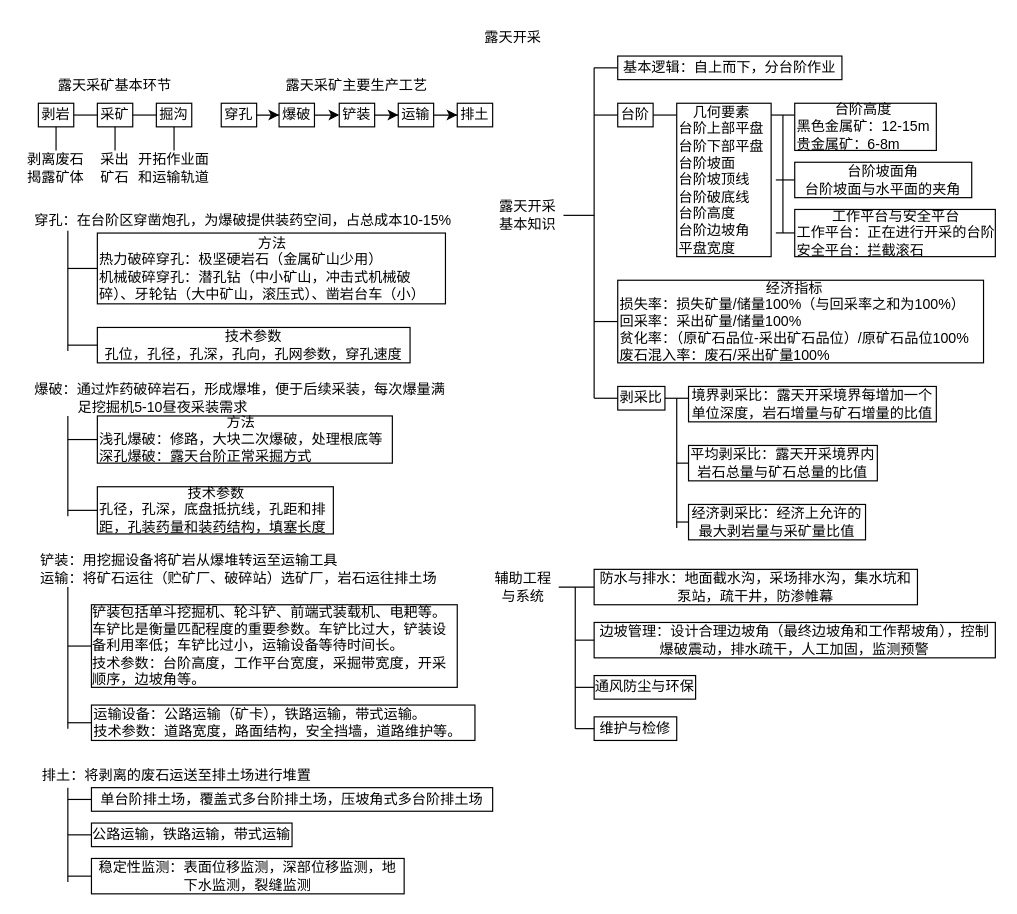
This is page "第 1 页" (1 of 2) of 未命名绘图.drawio from XS0612/daviddraw-drawio-diagrams, a draw.io file, before an edit. Source tidied: cells renumbered, new cells numbered last; positions are measured from the earlier drawing's top-left corner, leaving out a move shared by most shapes. Both pictures are drawn from the tidied source at 118%, with x=0, y=0 at pixel (20, 20).
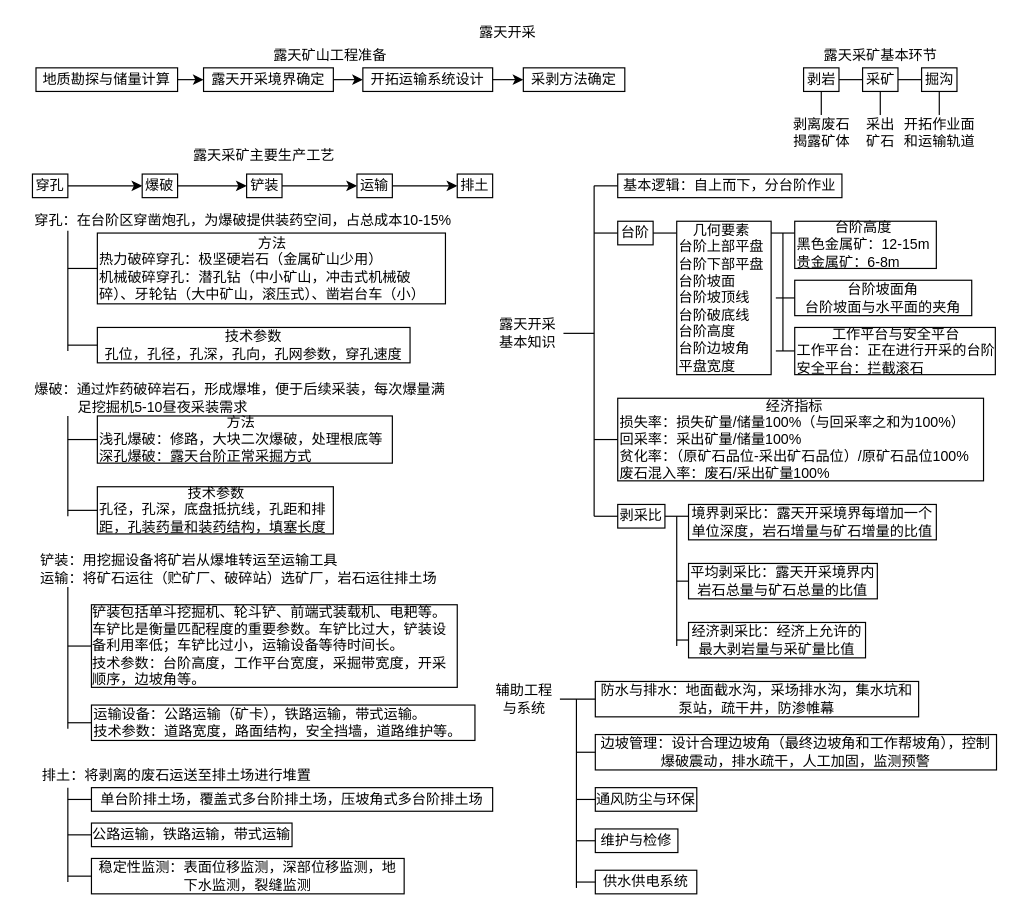
The same diagram, later.

Commit message:
更新未命名绘图.drawio

Diff of the diagram source:
```diff
@@
     <mxCell id="2" value="剥岩" style="rounded=0;whiteSpace=wrap;html=1;" parent="1" vertex="1">
-      <mxGeometry x="15" y="70" width="30" height="20" as="geometry" />
+      <mxGeometry x="663.5" y="40" width="30" height="20" as="geometry" />
     </mxCell>
     <mxCell id="3" value="采矿" style="whiteSpace=wrap;html=1;rounded=0;" parent="1" vertex="1">
-      <mxGeometry x="65" y="70" width="30" height="20" as="geometry" />
+      <mxGeometry x="713.5" y="40" width="30" height="20" as="geometry" />
     </mxCell>
     <mxCell id="4" value="掘沟" style="whiteSpace=wrap;html=1;rounded=0;" parent="1" vertex="1">
-      <mxGeometry x="115" y="70" width="30" height="20" as="geometry" />
+      <mxGeometry x="763.5" y="40" width="30" height="20" as="geometry" />
     </mxCell>
     <mxCell id="5" value="露天采矿基本环节" style="text;html=1;whiteSpace=wrap;strokeColor=none;fillColor=none;align=center;verticalAlign=middle;rounded=0;" parent="1" vertex="1">
-      <mxGeometry x="15" y="40" width="130" height="30" as="geometry" />
+      <mxGeometry x="663.5" y="20" width="130" height="20" as="geometry" />
     </mxCell>
@@
     <mxCell id="7" value="穿孔" style="rounded=0;whiteSpace=wrap;html=1;" parent="1" vertex="1">
-      <mxGeometry x="170" y="70" width="30" height="20" as="geometry" />
+      <mxGeometry x="10" y="130" width="30" height="20" as="geometry" />
     </mxCell>
@@
     <mxCell id="9" value="爆破" style="rounded=0;whiteSpace=wrap;html=1;" parent="1" vertex="1">
-      <mxGeometry x="219" y="70" width="30" height="20" as="geometry" />
+      <mxGeometry x="103" y="130" width="30" height="20" as="geometry" />
     </mxCell>
@@
     <mxCell id="11" value="铲装" style="rounded=0;whiteSpace=wrap;html=1;" parent="1" vertex="1">
-      <mxGeometry x="270" y="70" width="30" height="20" as="geometry" />
+      <mxGeometry x="191.5" y="130" width="30" height="20" as="geometry" />
     </mxCell>
@@
     <mxCell id="13" value="运输" style="rounded=0;whiteSpace=wrap;html=1;" parent="1" vertex="1">
-      <mxGeometry x="320" y="70" width="30" height="20" as="geometry" />
+      <mxGeometry x="285" y="130" width="30" height="20" as="geometry" />
     </mxCell>
     <mxCell id="14" value="排土" style="rounded=0;whiteSpace=wrap;html=1;" parent="1" vertex="1">
-      <mxGeometry x="370" y="70" width="30" height="20" as="geometry" />
+      <mxGeometry x="370" y="130" width="30" height="20" as="geometry" />
     </mxCell>
     <mxCell id="15" value="露天采矿主要生产工艺" style="text;html=1;whiteSpace=wrap;strokeColor=none;fillColor=none;align=center;verticalAlign=middle;rounded=0;" parent="1" vertex="1">
-      <mxGeometry x="170" y="40" width="230" height="30" as="geometry" />
+      <mxGeometry x="13" y="100" width="387" height="30" as="geometry" />
     </mxCell>
     <mxCell id="16" style="endArrow=none;html=1;rounded=0;entryX=0;entryY=0.5;entryDx=0;entryDy=0;" parent="1" edge="1" target="3">
       <mxGeometry relative="1" as="geometry">
-        <mxPoint x="45" y="80" as="sourcePoint" />
+        <mxPoint x="693.5" y="50" as="sourcePoint" />
       </mxGeometry>
     </mxCell>
@@
     <mxCell id="18" value="露天开采" style="text;html=1;whiteSpace=wrap;strokeColor=none;fillColor=none;align=center;verticalAlign=middle;rounded=0;" parent="1" vertex="1">
-      <mxGeometry x="15" width="805" height="30" as="geometry" />
+      <mxGeometry width="826" height="20" as="geometry" />
     </mxCell>
     <mxCell id="19" value="露天开采基本知识" style="text;html=1;whiteSpace=wrap;strokeColor=none;fillColor=none;align=center;verticalAlign=middle;rounded=0;" parent="1" vertex="1">
-      <mxGeometry x="400" y="150" width="60" height="30" as="geometry" />
+      <mxGeometry x="400" y="250" width="60" height="30" as="geometry" />
     </mxCell>
     <mxCell id="20" style="endArrow=none;html=1;rounded=0;exitX=1;exitY=0.5;exitDx=0;exitDy=0;" parent="1" edge="1" source="19">
       <mxGeometry relative="1" as="geometry">
-        <mxPoint x="486" y="165" as="targetPoint" />
+        <mxPoint x="486" y="265" as="targetPoint" />
       </mxGeometry>
     </mxCell>
     <mxCell id="21" style="endArrow=none;html=1;rounded=0;" parent="1" edge="1">
       <mxGeometry relative="1" as="geometry">
-        <mxPoint x="486" y="320" as="sourcePoint" />
-        <mxPoint x="486" y="40" as="targetPoint" />
+        <mxPoint x="486" y="420" as="sourcePoint" />
+        <mxPoint x="486" y="140" as="targetPoint" />
       </mxGeometry>
     </mxCell>
     <mxCell id="22" style="endArrow=none;html=1;rounded=0;" parent="1" edge="1">
       <mxGeometry relative="1" as="geometry">
-        <mxPoint x="486" y="40" as="sourcePoint" />
-        <mxPoint x="506" y="40" as="targetPoint" />
+        <mxPoint x="486" y="140" as="sourcePoint" />
+        <mxPoint x="506" y="140" as="targetPoint" />
       </mxGeometry>
     </mxCell>
     <mxCell id="23" style="endArrow=none;html=1;rounded=0;entryX=0.5;entryY=1;entryDx=0;entryDy=0;" parent="1" edge="1" target="2">
       <mxGeometry relative="1" as="geometry">
-        <mxPoint x="30" y="110" as="sourcePoint" />
+        <mxPoint x="678.5" y="80" as="sourcePoint" />
       </mxGeometry>
     </mxCell>
     <mxCell id="24" value="剥离废石揭露矿体" style="text;html=1;whiteSpace=wrap;strokeColor=none;fillColor=none;align=center;verticalAlign=middle;rounded=0;" parent="1" vertex="1">
-      <mxGeometry y="110" width="60" height="30" as="geometry" />
+      <mxGeometry x="648.5" y="80" width="60" height="30" as="geometry" />
     </mxCell>
     <mxCell id="25" style="endArrow=none;html=1;rounded=0;entryX=0.5;entryY=1;entryDx=0;entryDy=0;" parent="1" edge="1" target="3">
       <mxGeometry relative="1" as="geometry">
-        <mxPoint x="80" y="110" as="sourcePoint" />
+        <mxPoint x="728.5" y="80" as="sourcePoint" />
       </mxGeometry>
     </mxCell>
     <mxCell id="26" value="采出矿石" style="text;html=1;whiteSpace=wrap;strokeColor=none;fillColor=none;align=center;verticalAlign=middle;rounded=0;" parent="1" vertex="1">
-      <mxGeometry x="65" y="110" width="30" height="30" as="geometry" />
+      <mxGeometry x="713.5" y="80" width="30" height="30" as="geometry" />
     </mxCell>
     <mxCell id="27" style="endArrow=none;html=1;rounded=0;entryX=0.5;entryY=1;entryDx=0;entryDy=0;" parent="1" edge="1" target="4">
       <mxGeometry relative="1" as="geometry">
-        <mxPoint x="130" y="110" as="sourcePoint" />
+        <mxPoint x="778.5" y="80" as="sourcePoint" />
       </mxGeometry>
     </mxCell>
     <mxCell id="28" value="开拓作业面和运输轨道" style="text;html=1;whiteSpace=wrap;strokeColor=none;fillColor=none;align=center;verticalAlign=middle;rounded=0;" parent="1" vertex="1">
-      <mxGeometry x="95" y="110" width="70" height="30" as="geometry" />
+      <mxGeometry x="743.5" y="80" width="70" height="30" as="geometry" />
     </mxCell>
     <mxCell id="29" value="基本逻辑：自上而下，分台阶作业" style="rounded=0;whiteSpace=wrap;html=1;" parent="1" vertex="1">
-      <mxGeometry x="506" y="30" width="190" height="20" as="geometry" />
+      <mxGeometry x="506" y="130" width="190" height="20" as="geometry" />
     </mxCell>
     <mxCell id="30" style="endArrow=none;html=1;rounded=0;" parent="1" edge="1">
       <mxGeometry relative="1" as="geometry">
-        <mxPoint x="506" y="80" as="sourcePoint" />
-        <mxPoint x="486" y="80" as="targetPoint" />
+        <mxPoint x="506" y="180" as="sourcePoint" />
+        <mxPoint x="486" y="180" as="targetPoint" />
       </mxGeometry>
     </mxCell>
     <mxCell id="31" value="台阶" style="rounded=0;whiteSpace=wrap;html=1;" parent="1" vertex="1">
-      <mxGeometry x="506" y="70" width="30" height="20" as="geometry" />
+      <mxGeometry x="506" y="170" width="30" height="20" as="geometry" />
     </mxCell>
     <mxCell id="32" style="endArrow=none;html=1;rounded=0;exitX=1;exitY=0.5;exitDx=0;exitDy=0;" parent="1" edge="1" source="31">
       <mxGeometry relative="1" as="geometry">
-        <mxPoint x="556" y="80" as="targetPoint" />
+        <mxPoint x="556" y="180" as="targetPoint" />
       </mxGeometry>
     </mxCell>
     <mxCell id="33" value="&lt;div style=&quot;text-align: center;&quot;&gt;几何要素&lt;/div&gt;&lt;div&gt;台阶上部平盘&lt;/div&gt;&lt;div&gt;台阶下部平盘&lt;/div&gt;&lt;div&gt;台阶坡面&lt;/div&gt;&lt;div&gt;台阶坡顶线&lt;/div&gt;&lt;div&gt;台阶破底线&lt;br&gt;&lt;div&gt;台阶高度&lt;/div&gt;&lt;div&gt;台阶边坡角&lt;/div&gt;&lt;/div&gt;&lt;div&gt;平盘宽度&lt;/div&gt;" style="rounded=0;whiteSpace=wrap;html=1;align=left;" parent="1" vertex="1">
-      <mxGeometry x="556" y="70" width="80" height="130" as="geometry" />
+      <mxGeometry x="556" y="170" width="80" height="130" as="geometry" />
     </mxCell>
     <mxCell id="34" style="endArrow=none;html=1;rounded=0;" parent="1" edge="1">
       <mxGeometry relative="1" as="geometry">
-        <mxPoint x="656" y="80" as="sourcePoint" />
-        <mxPoint x="636" y="80" as="targetPoint" />
+        <mxPoint x="656" y="180" as="sourcePoint" />
+        <mxPoint x="636" y="180" as="targetPoint" />
       </mxGeometry>
     </mxCell>
     <mxCell id="35" value="&lt;div style=&quot;text-align: center;&quot;&gt;台阶高度&lt;/div&gt;&lt;div&gt;黑色金属矿：12-15m&lt;/div&gt;&lt;div&gt;贵金属矿：6-8m&lt;/div&gt;" style="rounded=0;whiteSpace=wrap;html=1;align=left;" parent="1" vertex="1">
-      <mxGeometry x="656" y="70" width="120" height="40" as="geometry" />
+      <mxGeometry x="656" y="170" width="120" height="40" as="geometry" />
     </mxCell>
     <mxCell id="36" value="台阶坡面角&lt;div&gt;台阶坡面与水平面的夹角&lt;/div&gt;" style="whiteSpace=wrap;html=1;" parent="1" vertex="1">
-      <mxGeometry x="656" y="120" width="150" height="30" as="geometry" />
+      <mxGeometry x="656" y="220" width="150" height="30" as="geometry" />
     </mxCell>
     <mxCell id="37" value="&lt;div style=&quot;text-align: center;&quot;&gt;工作平台与安全平台&lt;/div&gt;&lt;div&gt;工作平台：正在进行开采的台阶&lt;/div&gt;&lt;div&gt;安全平台：拦截滚石&lt;/div&gt;" style="whiteSpace=wrap;html=1;align=left;" parent="1" vertex="1">
-      <mxGeometry x="656" y="160" width="170" height="40" as="geometry" />
+      <mxGeometry x="656" y="260" width="170" height="40" as="geometry" />
     </mxCell>
     <mxCell id="38" value="&lt;div style=&quot;text-align: center;&quot;&gt;经济指标&lt;/div&gt;&lt;div&gt;损失率：损失矿量/储量100%（与回采率之和为100%）&lt;/div&gt;&lt;div&gt;回采率：采出矿量/储量100%&lt;/div&gt;&lt;div&gt;贫化率：（原矿石品位-采出矿石品位）/原矿石品位100%&lt;/div&gt;&lt;div&gt;废石混入率：废石/采出矿量100%&lt;/div&gt;" style="whiteSpace=wrap;html=1;align=left;" parent="1" vertex="1">
-      <mxGeometry x="506" y="220" width="310" height="70" as="geometry" />
+      <mxGeometry x="506" y="320" width="310" height="70" as="geometry" />
     </mxCell>
     <mxCell id="39" value="剥采比" style="whiteSpace=wrap;html=1;" parent="1" vertex="1">
-      <mxGeometry x="506" y="310" width="40" height="20" as="geometry" />
+      <mxGeometry x="506" y="410" width="40" height="20" as="geometry" />
     </mxCell>
     <mxCell id="40" value="境界剥采比：露天开采境界每增加一个单位深度，岩石增量与矿石增量的比值" style="whiteSpace=wrap;html=1;" parent="1" vertex="1">
-      <mxGeometry x="566" y="310" width="210" height="30" as="geometry" />
+      <mxGeometry x="566" y="410" width="210" height="30" as="geometry" />
     </mxCell>
     <mxCell id="41" value="平均剥采比：露天开采境界内岩石总量与矿石总量的比值" style="whiteSpace=wrap;html=1;" parent="1" vertex="1">
-      <mxGeometry x="566" y="360" width="160" height="30" as="geometry" />
+      <mxGeometry x="566" y="460" width="160" height="30" as="geometry" />
     </mxCell>
     <mxCell id="42" value="经济剥采比：经济上允许的最大剥岩量与采矿量比值" style="whiteSpace=wrap;html=1;" parent="1" vertex="1">
-      <mxGeometry x="566" y="410" width="150" height="30" as="geometry" />
+      <mxGeometry x="566" y="510" width="150" height="30" as="geometry" />
     </mxCell>
     <mxCell id="43" style="endArrow=none;html=1;rounded=0;exitX=1;exitY=0.5;exitDx=0;exitDy=0;" parent="1" edge="1" source="39">
       <mxGeometry relative="1" as="geometry">
-        <mxPoint x="566" y="320" as="targetPoint" />
+        <mxPoint x="566" y="420" as="targetPoint" />
       </mxGeometry>
     </mxCell>
     <mxCell id="44" style="endArrow=none;html=1;rounded=0;" parent="1" edge="1">
       <mxGeometry relative="1" as="geometry">
-        <mxPoint x="556" y="430" as="sourcePoint" />
-        <mxPoint x="556" y="320" as="targetPoint" />
+        <mxPoint x="556" y="530" as="sourcePoint" />
+        <mxPoint x="556" y="420" as="targetPoint" />
       </mxGeometry>
     </mxCell>
     <mxCell id="45" style="endArrow=none;html=1;rounded=0;entryX=0;entryY=0.5;entryDx=0;entryDy=0;" parent="1" edge="1" target="41">
       <mxGeometry relative="1" as="geometry">
-        <mxPoint x="556" y="375" as="sourcePoint" />
+        <mxPoint x="556" y="475" as="sourcePoint" />
       </mxGeometry>
     </mxCell>
     <mxCell id="46" style="endArrow=none;html=1;rounded=0;entryX=0;entryY=0.5;entryDx=0;entryDy=0;" parent="1" edge="1">
       <mxGeometry relative="1" as="geometry">
-        <mxPoint x="556" y="424.9" as="sourcePoint" />
-        <mxPoint x="566" y="424.9" as="targetPoint" />
+        <mxPoint x="556" y="524.9" as="sourcePoint" />
+        <mxPoint x="566" y="524.9" as="targetPoint" />
       </mxGeometry>
     </mxCell>
     <mxCell id="47" style="endArrow=none;html=1;rounded=0;exitX=0;exitY=0.5;exitDx=0;exitDy=0;" parent="1" edge="1" source="39">
       <mxGeometry relative="1" as="geometry">
-        <mxPoint x="486" y="320" as="targetPoint" />
+        <mxPoint x="486" y="420" as="targetPoint" />
       </mxGeometry>
     </mxCell>
     <mxCell id="48" style="endArrow=none;html=1;rounded=0;entryX=0;entryY=0.5;entryDx=0;entryDy=0;" parent="1" edge="1" target="38">
       <mxGeometry relative="1" as="geometry">
-        <mxPoint x="486" y="255" as="sourcePoint" />
+        <mxPoint x="486" y="355" as="sourcePoint" />
       </mxGeometry>
     </mxCell>
     <mxCell id="49" style="endArrow=none;html=1;rounded=0;" parent="1" edge="1" source="36">
       <mxGeometry relative="1" as="geometry">
-        <mxPoint x="640" y="135" as="targetPoint" />
+        <mxPoint x="640" y="235" as="targetPoint" />
       </mxGeometry>
     </mxCell>
     <mxCell id="50" style="endArrow=none;html=1;rounded=0;" parent="1" edge="1">
       <mxGeometry relative="1" as="geometry">
-        <mxPoint x="646" y="180" as="sourcePoint" />
-        <mxPoint x="646" y="80" as="targetPoint" />
+        <mxPoint x="646" y="280" as="sourcePoint" />
+        <mxPoint x="646" y="180" as="targetPoint" />
       </mxGeometry>
     </mxCell>
     <mxCell id="51" style="endArrow=none;html=1;rounded=0;" parent="1" edge="1">
       <mxGeometry relative="1" as="geometry">
-        <mxPoint x="656" y="179.9" as="sourcePoint" />
-        <mxPoint x="640" y="179.9" as="targetPoint" />
+        <mxPoint x="656" y="279.9" as="sourcePoint" />
+        <mxPoint x="640" y="279.9" as="targetPoint" />
       </mxGeometry>
     </mxCell>
@@
     <mxCell id="78" value="辅助工程与系统" style="text;html=1;whiteSpace=wrap;strokeColor=none;fillColor=none;align=center;verticalAlign=middle;rounded=0;" parent="1" vertex="1">
-      <mxGeometry x="396" y="465" width="60" height="30" as="geometry" />
+      <mxGeometry x="397" y="560" width="60" height="30" as="geometry" />
     </mxCell>
     <mxCell id="79" value="防水与排水：地面截水沟，采场排水沟，集水坑和泵站，疏干井，防渗帷幕" style="whiteSpace=wrap;html=1;" parent="1" vertex="1">
-      <mxGeometry x="486" y="465" width="274" height="30" as="geometry" />
+      <mxGeometry x="487" y="560" width="274" height="30" as="geometry" />
     </mxCell>
     <mxCell id="80" value="边坡管理：设计合理边坡角（最终边坡角和工作帮坡角），控制爆破震动，排水疏干，人工加固，监测预警" style="whiteSpace=wrap;html=1;" parent="1" vertex="1">
-      <mxGeometry x="486" y="510" width="340" height="30" as="geometry" />
+      <mxGeometry x="487" y="605" width="340" height="30" as="geometry" />
     </mxCell>
@@
     <mxCell id="82" value="通风防尘与环保" style="whiteSpace=wrap;html=1;" parent="1" vertex="1">
-      <mxGeometry x="486" y="555" width="86" height="20" as="geometry" />
+      <mxGeometry x="487" y="650" width="86" height="20" as="geometry" />
     </mxCell>
     <mxCell id="83" value="维护与检修" style="whiteSpace=wrap;html=1;" parent="1" vertex="1">
-      <mxGeometry x="486" y="590" width="70" height="20" as="geometry" />
+      <mxGeometry x="487" y="685" width="70" height="20" as="geometry" />
     </mxCell>
     <mxCell id="84" style="endArrow=none;html=1;rounded=0;" parent="1" edge="1">
       <mxGeometry relative="1" as="geometry">
-        <mxPoint x="470" y="600" as="sourcePoint" />
-        <mxPoint x="470" y="480" as="targetPoint" />
+        <mxPoint x="471" y="735" as="sourcePoint" />
+        <mxPoint x="471" y="575" as="targetPoint" />
       </mxGeometry>
     </mxCell>
     <mxCell id="85" style="endArrow=none;html=1;rounded=0;entryX=0;entryY=0.5;entryDx=0;entryDy=0;" parent="1" edge="1" target="80">
       <mxGeometry relative="1" as="geometry">
-        <mxPoint x="470" y="525" as="sourcePoint" />
+        <mxPoint x="471" y="620" as="sourcePoint" />
       </mxGeometry>
     </mxCell>
     <mxCell id="86" style="endArrow=none;html=1;rounded=0;entryX=0;entryY=0.5;entryDx=0;entryDy=0;" parent="1" edge="1" target="82">
       <mxGeometry relative="1" as="geometry">
-        <mxPoint x="470" y="565" as="sourcePoint" />
+        <mxPoint x="471" y="660" as="sourcePoint" />
       </mxGeometry>
     </mxCell>
     <mxCell id="87" style="endArrow=none;html=1;rounded=0;entryX=0;entryY=0.5;entryDx=0;entryDy=0;" parent="1" edge="1" target="83">
       <mxGeometry relative="1" as="geometry">
-        <mxPoint x="470" y="600" as="sourcePoint" />
+        <mxPoint x="471" y="695" as="sourcePoint" />
       </mxGeometry>
     </mxCell>
+    <mxCell id="88" value="供水供电系统" style="whiteSpace=wrap;html=1;" parent="1" vertex="1">
+      <mxGeometry x="487" y="720" width="86" height="20" as="geometry" />
+    </mxCell>
+    <mxCell id="89" style="endArrow=none;html=1;rounded=0;entryX=0;entryY=0.5;entryDx=0;entryDy=0;" parent="1" edge="1" target="88">
+      <mxGeometry relative="1" as="geometry">
+        <mxPoint x="471" y="730" as="sourcePoint" />
+      </mxGeometry>
+    </mxCell>
+    <mxCell id="90" value="露天矿山工程准备" style="text;html=1;whiteSpace=wrap;strokeColor=none;fillColor=none;align=center;verticalAlign=middle;rounded=0;" parent="1" vertex="1">
+      <mxGeometry x="13" y="20" width="499" height="20" as="geometry" />
+    </mxCell>
+    <mxCell id="91" style="edgeStyle=none;rounded=0;jettySize=auto;html=1;entryX=0;entryY=0.5;entryDx=0;entryDy=0;" parent="1" edge="1" source="92" target="94">
+      <mxGeometry relative="1" as="geometry" />
+    </mxCell>
+    <mxCell id="92" value="地质勘探与储量计算" style="whiteSpace=wrap;html=1;" parent="1" vertex="1">
+      <mxGeometry x="13" y="40" width="120" height="20" as="geometry" />
+    </mxCell>
+    <mxCell id="93" style="edgeStyle=none;rounded=0;jettySize=auto;html=1;entryX=0;entryY=0.5;entryDx=0;entryDy=0;exitX=1;exitY=0.5;exitDx=0;exitDy=0;" parent="1" edge="1" source="94" target="96">
+      <mxGeometry relative="1" as="geometry" />
+    </mxCell>
+    <mxCell id="94" value="露天开采境界确定" style="rounded=0;whiteSpace=wrap;html=1;" parent="1" vertex="1">
+      <mxGeometry x="155" y="40" width="110" height="20" as="geometry" />
+    </mxCell>
+    <mxCell id="95" style="edgeStyle=none;rounded=0;jettySize=auto;html=1;exitX=1;exitY=0.5;exitDx=0;exitDy=0;" parent="1" edge="1" source="96" target="97">
+      <mxGeometry relative="1" as="geometry" />
+    </mxCell>
+    <mxCell id="96" value="开拓运输系统设计" style="rounded=0;whiteSpace=wrap;html=1;" parent="1" vertex="1">
+      <mxGeometry x="290" y="40" width="110" height="20" as="geometry" />
+    </mxCell>
+    <mxCell id="97" value="采剥方法确定" style="rounded=0;whiteSpace=wrap;html=1;" parent="1" vertex="1">
+      <mxGeometry x="426" y="40" width="86" height="20" as="geometry" />
+    </mxCell>
```
